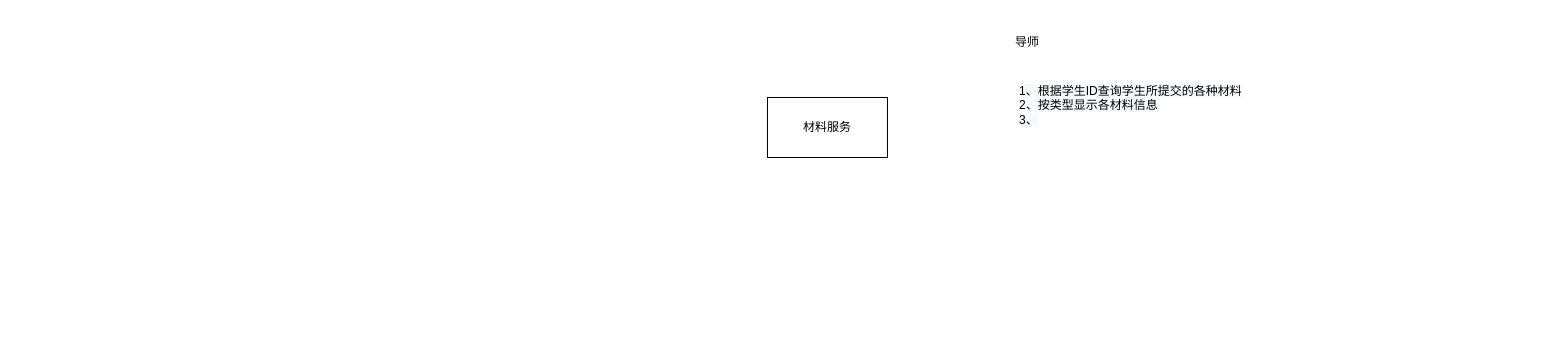
FdfGithub/drawio keeps this draw.io diagram as page "材料服务" (4 of 10) of 毕设管理系统/功能层次图.drawio. Above is the earlier version. Source tidied: cells renumbered, new cells numbered last; positions are measured from the earlier drawing's top-left corner, leaving out a move shared by most shapes. Both pictures are drawn from the tidied source at 100%, with x=0, y=0 at pixel (767, 27).
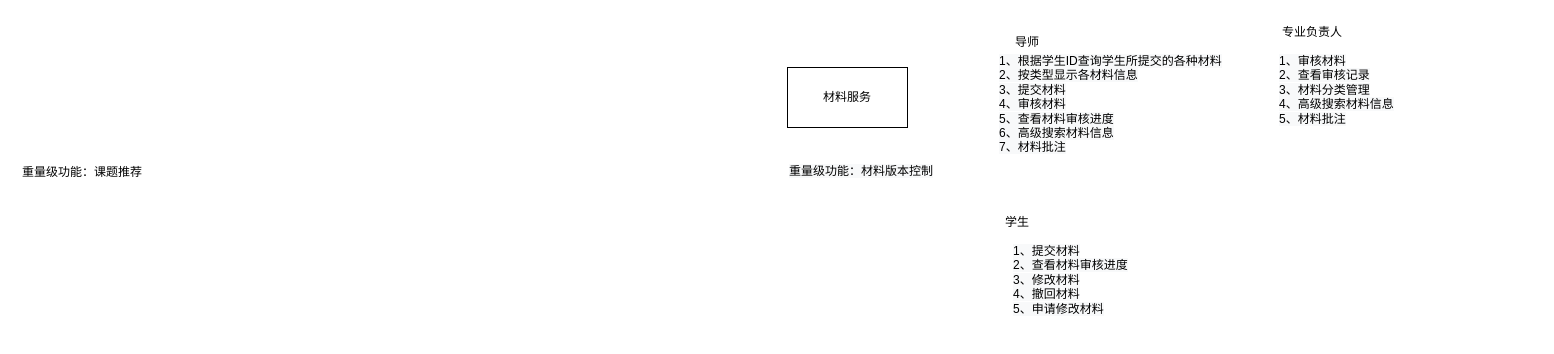
After the change.

Change to the diagram source:
```diff
@@
 <mxGraphModel>
   <root>
     <mxCell id="0" />
     <mxCell id="1" parent="0" />
-    <mxCell id="2" value="&lt;span style=&quot;color: rgb(0 , 0 , 0) ; font-family: &amp;#34;helvetica&amp;#34; ; font-size: 12px ; font-style: normal ; font-weight: 400 ; letter-spacing: normal ; text-align: center ; text-indent: 0px ; text-transform: none ; word-spacing: 0px ; background-color: rgb(248 , 249 , 250) ; display: inline ; float: none&quot;&gt;1、根据学生ID查询学生所提交的各种材料&lt;/span&gt;&lt;br style=&quot;color: rgb(0 , 0 , 0) ; font-family: &amp;#34;helvetica&amp;#34; ; font-size: 12px ; font-style: normal ; font-weight: 400 ; letter-spacing: normal ; text-align: center ; text-indent: 0px ; text-transform: none ; word-spacing: 0px ; background-color: rgb(248 , 249 , 250)&quot;&gt;&lt;span style=&quot;color: rgb(0 , 0 , 0) ; font-family: &amp;#34;helvetica&amp;#34; ; font-size: 12px ; font-style: normal ; font-weight: 400 ; letter-spacing: normal ; text-align: center ; text-indent: 0px ; text-transform: none ; word-spacing: 0px ; background-color: rgb(248 , 249 , 250) ; display: inline ; float: none&quot;&gt;2、按类型显示各材料信息&lt;br&gt;3、&lt;br&gt;&lt;/span&gt;" style="text;whiteSpace=wrap;html=1;" parent="1" vertex="1">
-      <mxGeometry x="250" y="50" width="260" height="160" as="geometry" />
+    <mxCell id="2" value="&lt;span style=&quot;color: rgb(0 , 0 , 0) ; font-family: &amp;#34;helvetica&amp;#34; ; font-size: 12px ; font-style: normal ; font-weight: 400 ; letter-spacing: normal ; text-align: center ; text-indent: 0px ; text-transform: none ; word-spacing: 0px ; background-color: rgb(248 , 249 , 250) ; display: inline ; float: none&quot;&gt;1、根据学生ID查询学生所提交的各种材料&lt;/span&gt;&lt;br style=&quot;color: rgb(0 , 0 , 0) ; font-family: &amp;#34;helvetica&amp;#34; ; font-size: 12px ; font-style: normal ; font-weight: 400 ; letter-spacing: normal ; text-align: center ; text-indent: 0px ; text-transform: none ; word-spacing: 0px ; background-color: rgb(248 , 249 , 250)&quot;&gt;&lt;span style=&quot;color: rgb(0 , 0 , 0) ; font-family: &amp;#34;helvetica&amp;#34; ; font-size: 12px ; font-style: normal ; font-weight: 400 ; letter-spacing: normal ; text-align: center ; text-indent: 0px ; text-transform: none ; word-spacing: 0px ; background-color: rgb(248 , 249 , 250) ; display: inline ; float: none&quot;&gt;2、按类型显示各材料信息&lt;br&gt;3、提交材料&lt;br&gt;4、审核材料&lt;br&gt;5、查看材料审核进度&lt;br&gt;6、高级搜索材料信息&lt;br&gt;7、材料批注&lt;br&gt;&lt;/span&gt;" style="text;whiteSpace=wrap;html=1;" parent="1" vertex="1">
+      <mxGeometry x="230" y="20" width="260" height="120" as="geometry" />
     </mxCell>
     <mxCell id="3" value="材料服务" style="rounded=0;whiteSpace=wrap;html=1;" parent="1" vertex="1">
-      <mxGeometry y="70" width="120" height="60" as="geometry" />
+      <mxGeometry x="20" y="40" width="120" height="60" as="geometry" />
     </mxCell>
     <mxCell id="4" value="导师" style="text;html=1;strokeColor=none;fillColor=none;align=center;verticalAlign=middle;whiteSpace=wrap;rounded=0;" parent="1" vertex="1">
       <mxGeometry x="230" width="60" height="30" as="geometry" />
     </mxCell>
+    <mxCell id="5" value="学生" style="text;html=1;strokeColor=none;fillColor=none;align=center;verticalAlign=middle;whiteSpace=wrap;rounded=0;" parent="1" vertex="1">
+      <mxGeometry x="220" y="180" width="60" height="30" as="geometry" />
+    </mxCell>
+    <mxCell id="6" value="&lt;span style=&quot;color: rgb(0 , 0 , 0) ; font-family: &amp;#34;helvetica&amp;#34; ; font-size: 12px ; font-style: normal ; font-weight: 400 ; letter-spacing: normal ; text-align: center ; text-indent: 0px ; text-transform: none ; word-spacing: 0px ; background-color: rgb(248 , 249 , 250) ; display: inline ; float: none&quot;&gt;1、提交材料&lt;br&gt;2、查看材料审核进度&lt;br&gt;3、修改材料&lt;br&gt;4、撤回材料&lt;br&gt;5、申请修改材料&lt;br&gt;&lt;/span&gt;" style="text;whiteSpace=wrap;html=1;" parent="1" vertex="1">
+      <mxGeometry x="244" y="210" width="260" height="100" as="geometry" />
+    </mxCell>
+    <mxCell id="7" value="专业负责人" style="text;html=1;strokeColor=none;fillColor=none;align=center;verticalAlign=middle;whiteSpace=wrap;rounded=0;" parent="1" vertex="1">
+      <mxGeometry x="510" y="-10" width="70" height="30" as="geometry" />
+    </mxCell>
+    <mxCell id="8" value="&lt;span style=&quot;color: rgb(0 , 0 , 0) ; font-family: &amp;#34;helvetica&amp;#34; ; font-size: 12px ; font-style: normal ; font-weight: 400 ; letter-spacing: normal ; text-align: center ; text-indent: 0px ; text-transform: none ; word-spacing: 0px ; background-color: rgb(248 , 249 , 250) ; display: inline ; float: none&quot;&gt;1、审核材料&lt;br&gt;2、查看审核记录&lt;br&gt;3、材料分类管理&lt;br&gt;4、高级搜索材料信息&lt;br&gt;5、材料批注&lt;br&gt;&lt;/span&gt;" style="text;whiteSpace=wrap;html=1;" parent="1" vertex="1">
+      <mxGeometry x="510" y="20" width="260" height="100" as="geometry" />
+    </mxCell>
+    <mxCell id="9" value="重量级功能：课题推荐" style="text;html=1;strokeColor=none;fillColor=none;align=center;verticalAlign=middle;whiteSpace=wrap;rounded=0;" parent="1" vertex="1">
+      <mxGeometry x="-750" y="130" width="130" height="30" as="geometry" />
+    </mxCell>
+    <mxCell id="10" value="&lt;span style=&quot;color: rgb(0 , 0 , 0) ; font-family: &amp;#34;helvetica&amp;#34; ; font-size: 12px ; font-style: normal ; font-weight: 400 ; letter-spacing: normal ; text-align: center ; text-indent: 0px ; text-transform: none ; word-spacing: 0px ; background-color: rgb(248 , 249 , 250) ; display: inline ; float: none&quot;&gt;重量级功能：材料版本控制&lt;/span&gt;" style="text;whiteSpace=wrap;html=1;" parent="1" vertex="1">
+      <mxGeometry x="20" y="130" width="220" height="30" as="geometry" />
+    </mxCell>
   </root>
 </mxGraphModel>
```
